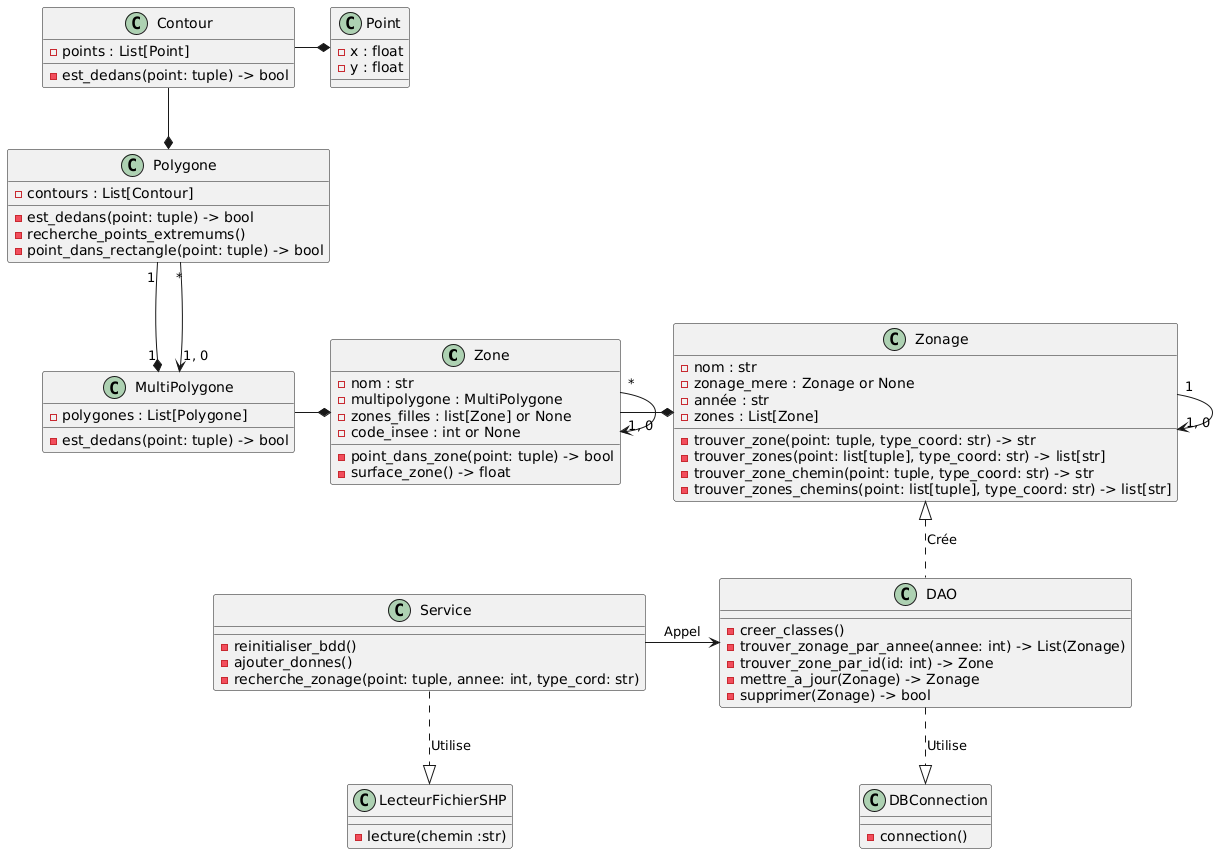
This is doc/diagrammes/diagramme_classes.png from antoni-guardia/ENSAI_ProjetInfo2A, a PlantUML export, as it was before one commit.
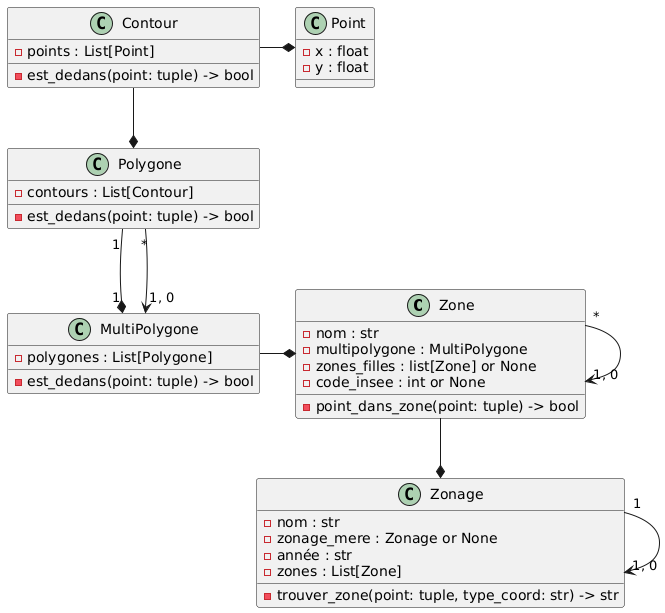
Later version of the same file.

Change to the diagram source:
```diff
@@ -5,7 +5,6 @@
  - zones_filles : list[Zone] or None
  - code_insee : int or None
  - point_dans_zone(point: tuple) -> bool
- - surface_zone() -> float
  }
 
 class Zonage {
@@ -14,9 +13,6 @@
  - année : str
  - zones : List[Zone]
  - trouver_zone(point: tuple, type_coord: str) -> str
- - trouver_zones(point: list[tuple], type_coord: str) -> list[str]
- - trouver_zone_chemin(point: tuple, type_coord: str) -> str
- - trouver_zones_chemins(point: list[tuple], type_coord: str) -> list[str]
  }
 
 class MultiPolygone{
@@ -28,8 +24,6 @@
 class Polygone{
  - contours : List[Contour]
  - est_dedans(point: tuple) -> bool
- - recherche_points_extremums()
- - point_dans_rectangle(point: tuple) -> bool
 }
 
 class Contour{
@@ -42,29 +36,8 @@
  - y : float
 }
 
-class DAO{
-  - creer_classes()
-  - trouver_zonage_par_annee(annee: int) -> List(Zonage)
-  - trouver_zone_par_id(id: int) -> Zone
-  - mettre_a_jour(Zonage) -> Zonage
-  - supprimer(Zonage) -> bool
-}
 
 
-
-class DBConnection{
-- connection()
-}
-
-class LecteurFichierSHP{
-- lecture(chemin :str)
-}
-
-class Service{
-- reinitialiser_bdd()
-- ajouter_donnes()
-- recherche_zonage(point: tuple, annee: int, type_cord: str)
-}
 
 Contour -right-* Point
 Contour --* Polygone
@@ -78,11 +51,5 @@
 
 
 Zone *-left- MultiPolygone
-Zone -right-* Zonage
-
-Zonage <|.. DAO : Crée
-
-DBConnection <|.up. DAO : Utilise
-LecteurFichierSHP <|.up. Service : Utilise
-Service -> DAO : Appel
+Zone -down-* Zonage
 @enduml
```
